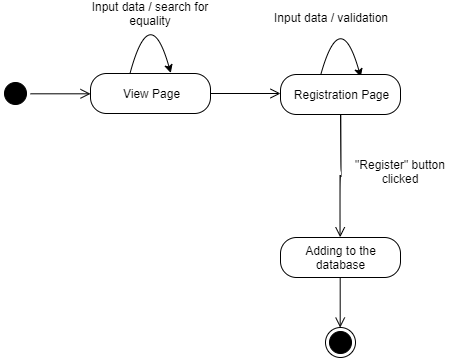
Above: Diagrams/StateDiagrams/AddingPersonStateDiagram.png in EfimSirotkin/SchoolStaffManager (draw.io), before the change. Source tidied: cells renumbered, new cells last; positions are measured from the earlier drawing's top-left corner, leaving out a move shared by most shapes.
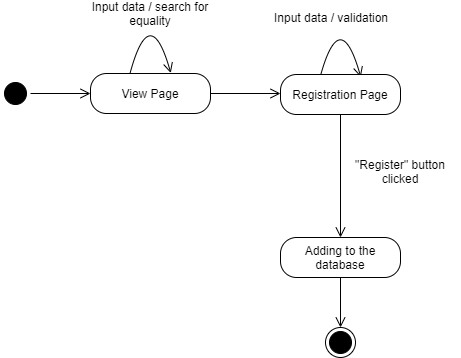
Later version of the same file.

Commit message:
fixed state diagrams

The edit, as a diff of the source:
```diff
@@ -11,7 +11,7 @@
     <mxCell id="4" value="View Page" style="rounded=1;whiteSpace=wrap;html=1;arcSize=40;fontColor=#000000;fillColor=#FFFFFF;strokeColor=#000000;shadow=0;" parent="1" vertex="1">
       <mxGeometry x="90" y="74" width="120" height="40" as="geometry" />
     </mxCell>
-    <mxCell id="5" style="endArrow=classic;html=1;strokeColor=#000000;fillColor=#000000;curved=1;entryX=0.673;entryY=-0.036;entryDx=0;entryDy=0;entryPerimeter=0;" parent="1" edge="1">
+    <mxCell id="5" style="endArrow=open;html=1;strokeColor=#000000;fillColor=#000000;curved=1;entryX=0.673;entryY=-0.036;entryDx=0;entryDy=0;entryPerimeter=0;endSize=8;endFill=0;" parent="1" edge="1">
       <mxGeometry relative="1" as="geometry">
         <mxPoint x="129.5" y="74" as="sourcePoint" />
         <mxPoint x="170.3" y="73.6" as="targetPoint" />
@@ -39,7 +39,7 @@
     <mxCell id="10" value="Input data / validation" style="text;html=1;strokeColor=none;fillColor=none;align=center;verticalAlign=middle;whiteSpace=wrap;rounded=0;shadow=0;" parent="1" vertex="1">
       <mxGeometry x="270" y="8" width="120" height="20" as="geometry" />
     </mxCell>
-    <mxCell id="11" style="endArrow=classic;html=1;strokeColor=#000000;fillColor=#000000;curved=1;entryX=0.673;entryY=-0.036;entryDx=0;entryDy=0;entryPerimeter=0;" parent="1" edge="1">
+    <mxCell id="11" style="endArrow=open;html=1;strokeColor=#000000;fillColor=#000000;curved=1;entryX=0.673;entryY=-0.036;entryDx=0;entryDy=0;entryPerimeter=0;endSize=8;endFill=0;" parent="1" edge="1">
       <mxGeometry relative="1" as="geometry">
         <mxPoint x="319.5" y="78" as="sourcePoint" />
         <mxPoint x="360.3" y="77.6" as="targetPoint" />
```
